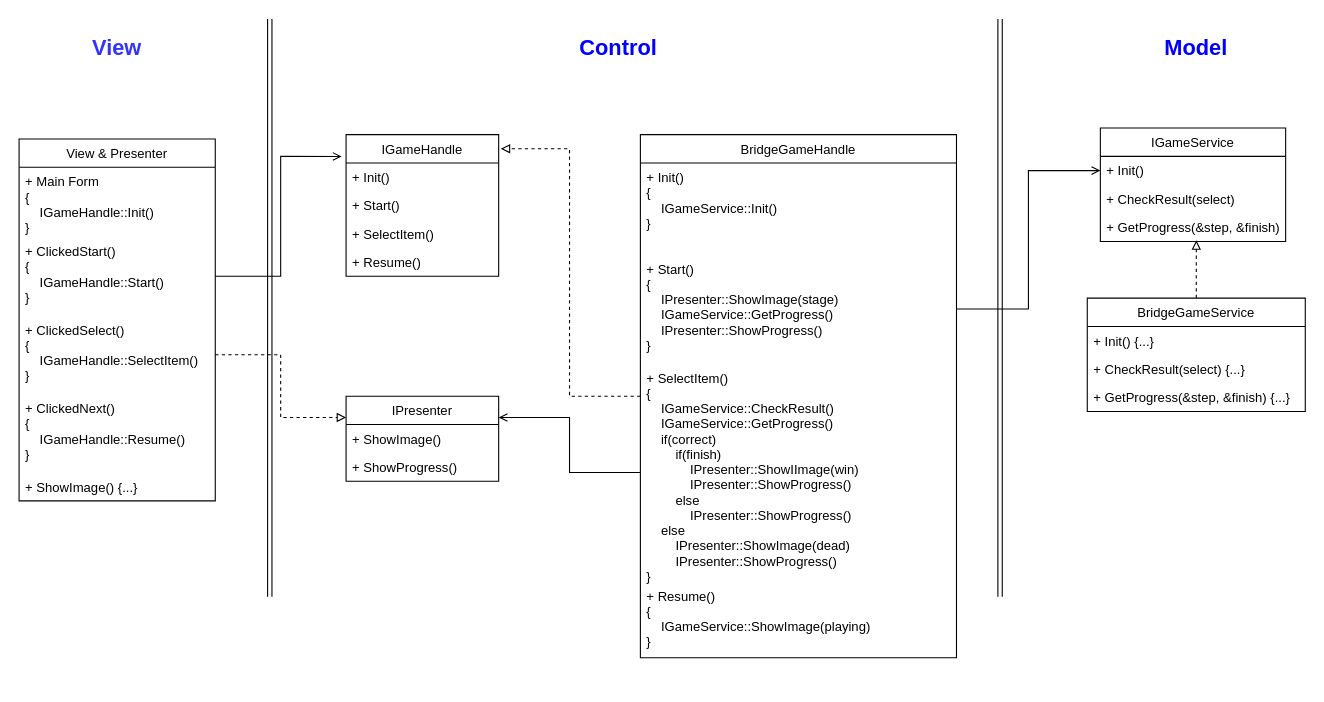
Above: SquidGame Architecture.drawio in srxrrrrr/SquidGame (draw.io), before the change. Source tidied: cells renumbered, new cells numbered last; positions are measured from the earlier drawing's top-left corner, leaving out a move shared by most shapes. Both pictures are drawn from the tidied source at 109%, with x=0, y=0 at pixel (19, 19).
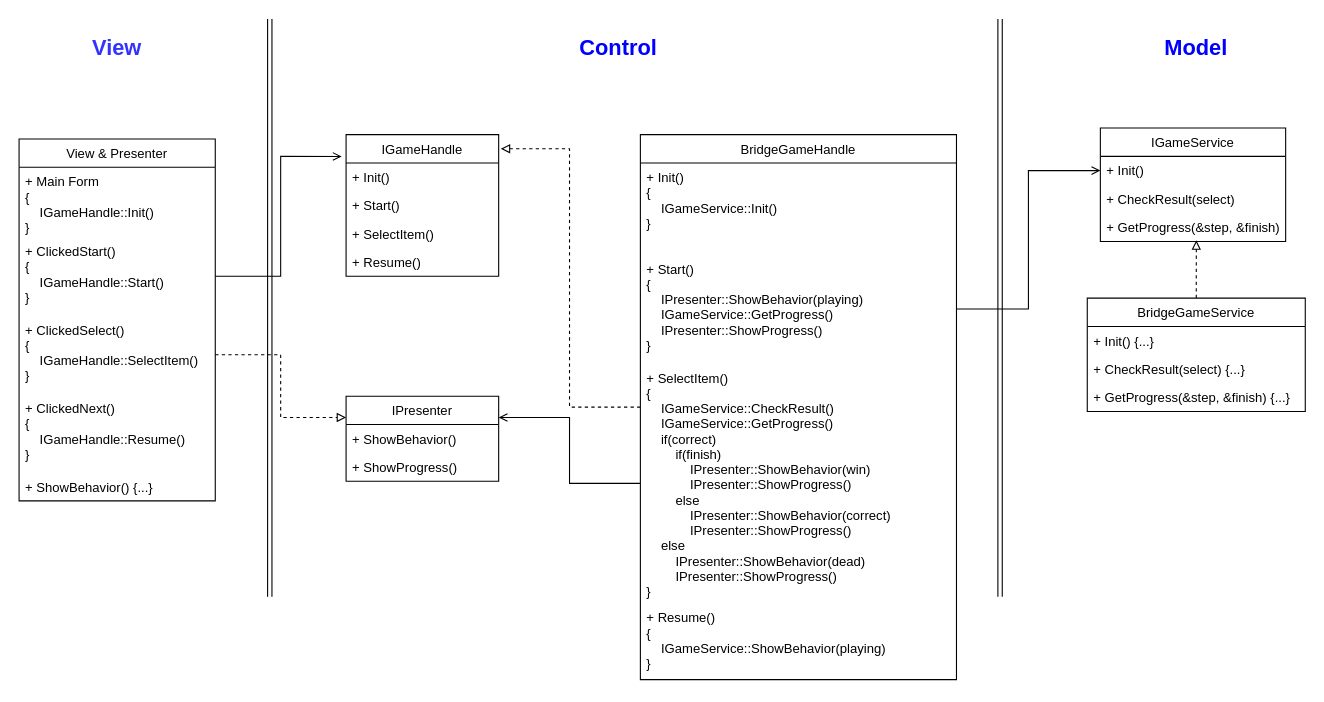
After the change.

Commit message (it also covers changes not shown here):
Add correct movie while user select the correct one

The change refers to these unchanged cells:
```xml
<mxCell id="2" value="View &amp; Presenter" style="swimlane;fontStyle=0;horizontal=1;startSize=26;fillColor=none;" parent="1" vertex="1">
  <mxGeometry y="110" width="180" height="332" as="geometry" />
</mxCell>
<mxCell id="23" value="IPresenter" style="swimlane;fontStyle=0;horizontal=1;startSize=26;fillColor=none;" parent="1" vertex="1">
  <mxGeometry x="300" y="346" width="140" height="78" as="geometry" />
</mxCell>
```

What changed in the source:
```diff
@@
-    <mxCell id="7" value="+ ShowImage() {...}" style="text;strokeColor=none;fillColor=none;align=left;verticalAlign=top;spacingLeft=4;spacingRight=4;overflow=hidden;" parent="2" vertex="1">
+    <mxCell id="7" value="+ ShowBehavior() {...}" style="text;strokeColor=none;fillColor=none;align=left;verticalAlign=top;spacingLeft=4;spacingRight=4;overflow=hidden;" parent="2" vertex="1">
       <mxGeometry y="306" width="180" height="26" as="geometry" />
     </mxCell>
@@
     <mxCell id="14" value="BridgeGameHandle" style="swimlane;fontStyle=0;align=center;verticalAlign=top;horizontal=1;startSize=26;" parent="1" vertex="1">
-      <mxGeometry x="570" y="106" width="290" height="480" as="geometry" />
+      <mxGeometry x="570" y="106" width="290" height="500" as="geometry" />
     </mxCell>
@@
-    <mxCell id="16" value="+ Start()&#10;{&#10;    IPresenter::ShowImage(stage)&#10;    IGameService::GetProgress()&#10;    IPresenter::ShowProgress()&#10;}" style="text;strokeColor=none;fillColor=none;align=left;verticalAlign=top;spacingLeft=4;spacingRight=4;overflow=hidden;points=[[0,0.5],[1,0.5]];portConstraint=eastwest;" parent="14" vertex="1">
+    <mxCell id="16" value="+ Start()&#10;{&#10;    IPresenter::ShowBehavior(playing)&#10;    IGameService::GetProgress()&#10;    IPresenter::ShowProgress()&#10;}" style="text;strokeColor=none;fillColor=none;align=left;verticalAlign=top;spacingLeft=4;spacingRight=4;overflow=hidden;points=[[0,0.5],[1,0.5]];portConstraint=eastwest;" parent="14" vertex="1">
       <mxGeometry y="110" width="290" height="100" as="geometry" />
     </mxCell>
-    <mxCell id="17" value="+ SelectItem()&#10;{&#10;    IGameService::CheckResult()&#10;    IGameService::GetProgress()&#10;    if(correct)&#10;        if(finish)&#10;            IPresenter::ShowIImage(win)&#10;            IPresenter::ShowProgress()&#10;        else&#10;            IPresenter::ShowProgress()&#10;    else&#10;        IPresenter::ShowImage(dead)&#10;        IPresenter::ShowProgress()&#10;}" style="text;strokeColor=none;fillColor=none;align=left;verticalAlign=top;spacingLeft=4;spacingRight=4;overflow=hidden;points=[[0,0.5],[1,0.5]];portConstraint=eastwest;" parent="14" vertex="1">
-      <mxGeometry y="210" width="290" height="200" as="geometry" />
+    <mxCell id="17" value="+ SelectItem()&#10;{&#10;    IGameService::CheckResult()&#10;    IGameService::GetProgress()&#10;    if(correct)&#10;        if(finish)&#10;            IPresenter::ShowBehavior(win)&#10;            IPresenter::ShowProgress()&#10;        else&#10;            IPresenter::ShowBehavior(correct)&#10;            IPresenter::ShowProgress()&#10;    else&#10;        IPresenter::ShowBehavior(dead)&#10;        IPresenter::ShowProgress()&#10;}" style="text;strokeColor=none;fillColor=none;align=left;verticalAlign=top;spacingLeft=4;spacingRight=4;overflow=hidden;points=[[0,0.5],[1,0.5]];portConstraint=eastwest;" parent="14" vertex="1">
+      <mxGeometry y="210" width="290" height="220" as="geometry" />
     </mxCell>
-    <mxCell id="18" value="+ Resume()&#10;{&#10;    IGameService::ShowImage(playing)&#10;}" style="text;strokeColor=none;fillColor=none;align=left;verticalAlign=top;spacingLeft=4;spacingRight=4;overflow=hidden;" parent="14" vertex="1">
-      <mxGeometry y="410" width="290" height="70" as="geometry" />
+    <mxCell id="18" value="+ Resume()&#10;{&#10;    IGameService::ShowBehavior(playing)&#10;}" style="text;strokeColor=none;fillColor=none;align=left;verticalAlign=top;spacingLeft=4;spacingRight=4;overflow=hidden;" parent="14" vertex="1">
+      <mxGeometry y="430" width="290" height="70" as="geometry" />
     </mxCell>
@@
-    <mxCell id="24" value="+ ShowImage()" style="text;strokeColor=none;fillColor=none;align=left;verticalAlign=top;spacingLeft=4;spacingRight=4;overflow=hidden;" parent="23" vertex="1">
+    <mxCell id="24" value="+ ShowBehavior()" style="text;strokeColor=none;fillColor=none;align=left;verticalAlign=top;spacingLeft=4;spacingRight=4;overflow=hidden;" parent="23" vertex="1">
       <mxGeometry y="26" width="140" height="26" as="geometry" />
     </mxCell>
```
